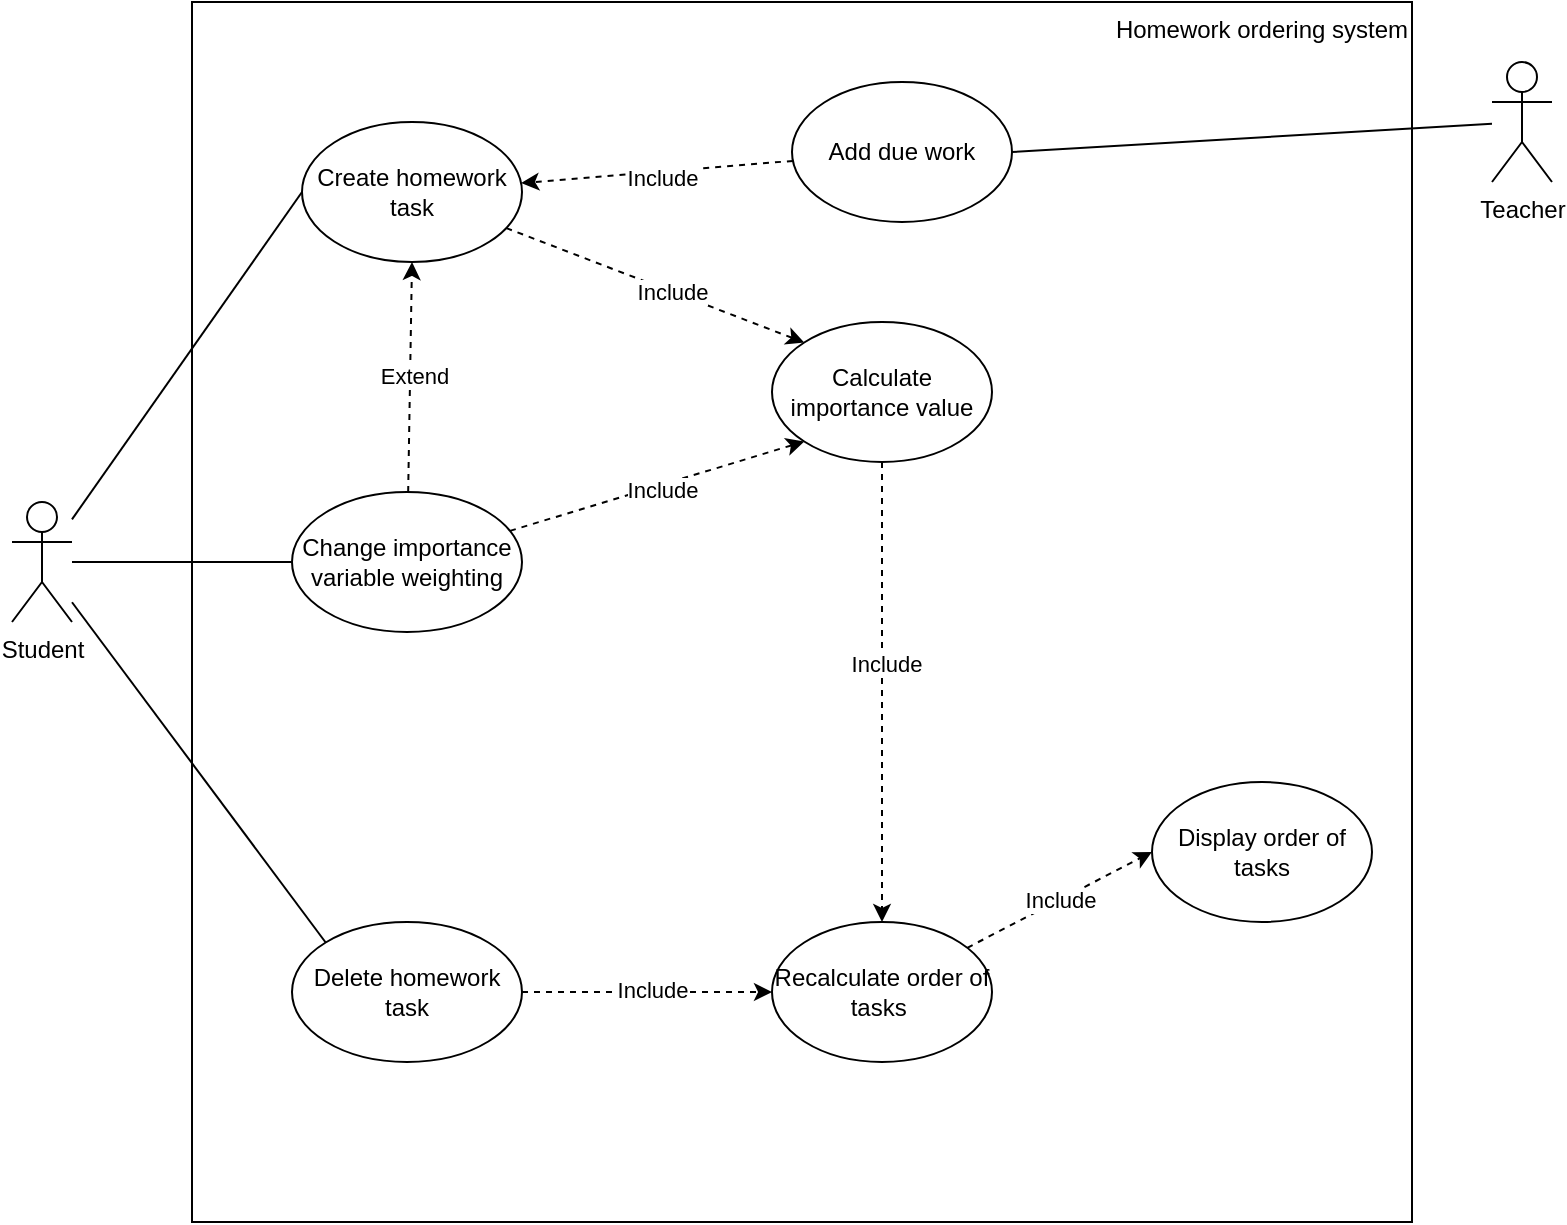
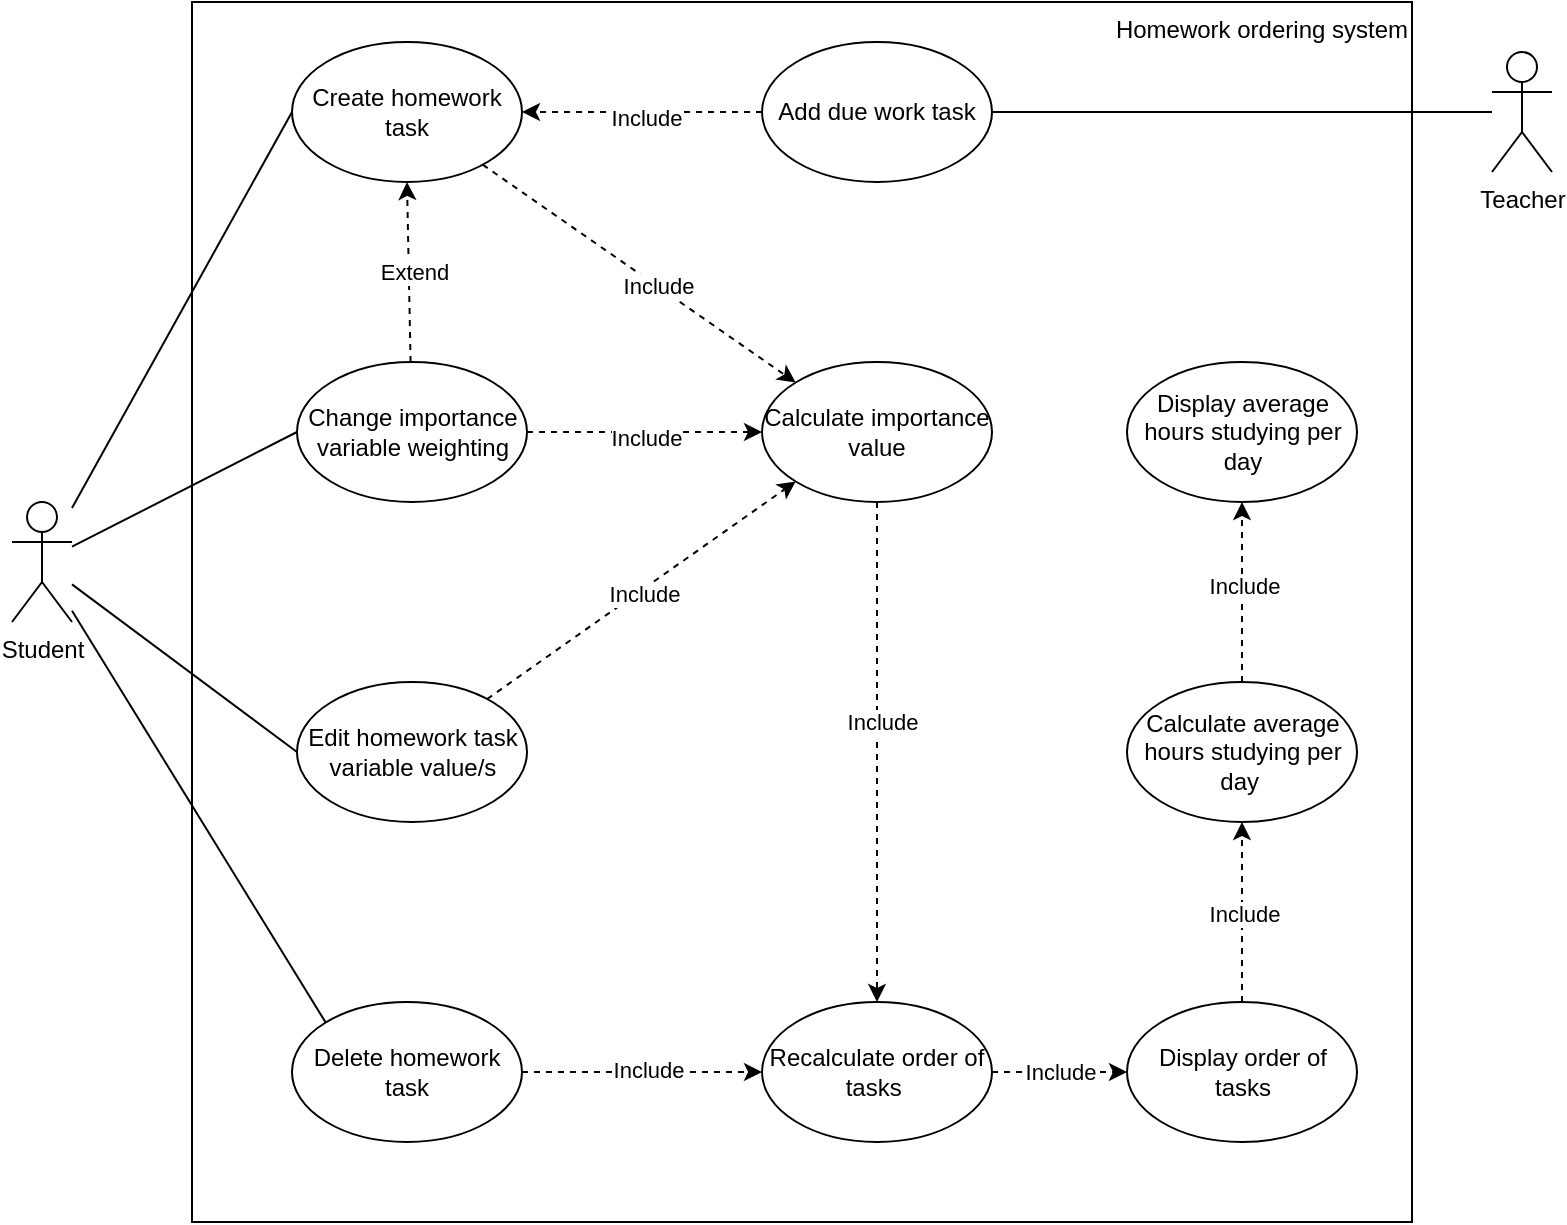
<mxfile host="app.diagrams.net" agent="Mozilla/5.0 (Windows NT 10.0; Win64; x64) AppleWebKit/537.36 (KHTML, like Gecko) Chrome/147.0.0.0 Safari/537.36">
  <diagram name="Page-1" id="ZcyXiCbd3epHD8B5bp2-">
    <mxGraphModel dx="934" dy="657" grid="1" gridSize="10" guides="1" tooltips="1" connect="1" arrows="1" fold="1" page="1" pageScale="1" pageWidth="827" pageHeight="1169" math="0" shadow="0">
      <root>
        <mxCell id="0" />
        <mxCell id="1" parent="0" />
        <mxCell id="G7WcPmlzqGxsM9-RYmIV-1" parent="1" style="aspect=fixed;labelPosition=center;verticalLabelPosition=middle;align=right;verticalAlign=top;html=1;whiteSpace=wrap;movable=1;resizable=1;rotatable=1;deletable=1;editable=1;locked=0;connectable=1;" value="Homework ordering system" vertex="1">
          <mxGeometry height="610" width="610" x="100" y="100" as="geometry" />
        </mxCell>
        <mxCell id="jqSJIoKgP5xY_ZK5AzuU-10" edge="1" parent="1" source="G7WcPmlzqGxsM9-RYmIV-2" style="rounded=0;orthogonalLoop=1;jettySize=auto;html=1;entryX=0;entryY=0.5;entryDx=0;entryDy=0;endArrow=none;endFill=0;" target="jqSJIoKgP5xY_ZK5AzuU-4">
          <mxGeometry relative="1" as="geometry" />
        </mxCell>
        <mxCell id="tDrKYoykQaESbITqznwy-8" edge="1" parent="1" source="G7WcPmlzqGxsM9-RYmIV-2" style="rounded=0;orthogonalLoop=1;jettySize=auto;html=1;entryX=0;entryY=0.5;entryDx=0;entryDy=0;endArrow=none;endFill=0;" target="jqSJIoKgP5xY_ZK5AzuU-18">
          <mxGeometry relative="1" as="geometry" />
        </mxCell>
+         <mxCell id="gFCc6fkzavYNVZ7rkNDt-2" edge="1" parent="1" source="G7WcPmlzqGxsM9-RYmIV-2" style="rounded=0;orthogonalLoop=1;jettySize=auto;html=1;entryX=0;entryY=0.5;entryDx=0;entryDy=0;endArrow=none;endFill=0;" target="gFCc6fkzavYNVZ7rkNDt-1">
+           <mxGeometry relative="1" as="geometry" />
+         </mxCell>
        <mxCell id="G7WcPmlzqGxsM9-RYmIV-2" parent="1" style="shape=umlActor;verticalLabelPosition=bottom;verticalAlign=top;html=1;outlineConnect=0;" value="Student" vertex="1">
          <mxGeometry height="60" width="30" x="10" y="350" as="geometry" />
        </mxCell>
        <mxCell id="jqSJIoKgP5xY_ZK5AzuU-3" edge="1" parent="1" source="G7WcPmlzqGxsM9-RYmIV-7" style="rounded=0;orthogonalLoop=1;jettySize=auto;html=1;entryX=1;entryY=0.5;entryDx=0;entryDy=0;shape=wire;dashed=1;endArrow=none;endFill=0;" target="jqSJIoKgP5xY_ZK5AzuU-2">
          <mxGeometry relative="1" as="geometry" />
        </mxCell>
        <mxCell id="G7WcPmlzqGxsM9-RYmIV-7" parent="1" style="shape=umlActor;verticalLabelPosition=bottom;verticalAlign=top;html=1;outlineConnect=0;" value="Teacher" vertex="1">
-           <mxGeometry height="60" width="30" x="750" y="130" as="geometry" />
+           <mxGeometry height="60" width="30" x="750" y="125" as="geometry" />
        </mxCell>
        <mxCell id="jqSJIoKgP5xY_ZK5AzuU-5" edge="1" parent="1" source="jqSJIoKgP5xY_ZK5AzuU-2" style="rounded=0;orthogonalLoop=1;jettySize=auto;html=1;endArrow=classic;endFill=1;dashed=1;" target="jqSJIoKgP5xY_ZK5AzuU-4">
          <mxGeometry relative="1" as="geometry" />
        </mxCell>
        <mxCell id="jqSJIoKgP5xY_ZK5AzuU-6" connectable="0" parent="jqSJIoKgP5xY_ZK5AzuU-5" style="edgeLabel;html=1;align=center;verticalAlign=middle;resizable=0;points=[];" value="Include" vertex="1">
          <mxGeometry relative="1" x="-0.0218" y="3" as="geometry">
            <mxPoint as="offset" />
          </mxGeometry>
        </mxCell>
-         <mxCell id="jqSJIoKgP5xY_ZK5AzuU-2" parent="1" style="ellipse;whiteSpace=wrap;html=1;" value="Add due work" vertex="1">
-           <mxGeometry height="70" width="110" x="400" y="140" as="geometry" />
+         <mxCell id="jqSJIoKgP5xY_ZK5AzuU-2" parent="1" style="ellipse;whiteSpace=wrap;html=1;" value="Add due work task" vertex="1">
+           <mxGeometry height="70" width="115" x="385" y="120" as="geometry" />
        </mxCell>
        <mxCell id="jqSJIoKgP5xY_ZK5AzuU-13" edge="1" parent="1" source="jqSJIoKgP5xY_ZK5AzuU-4" style="rounded=0;orthogonalLoop=1;jettySize=auto;html=1;dashed=1;endArrow=classic;endFill=1;entryX=0;entryY=0;entryDx=0;entryDy=0;" target="jqSJIoKgP5xY_ZK5AzuU-11">
          <mxGeometry relative="1" as="geometry" />
        </mxCell>
        <mxCell id="jqSJIoKgP5xY_ZK5AzuU-14" connectable="0" parent="jqSJIoKgP5xY_ZK5AzuU-13" style="edgeLabel;html=1;align=center;verticalAlign=middle;resizable=0;points=[];" value="Include" vertex="1">
          <mxGeometry relative="1" x="0.1143" as="geometry">
            <mxPoint as="offset" />
          </mxGeometry>
        </mxCell>
        <mxCell id="jqSJIoKgP5xY_ZK5AzuU-4" parent="1" style="ellipse;whiteSpace=wrap;html=1;" value="Create homework task" vertex="1">
-           <mxGeometry height="70" width="110" x="155" y="160" as="geometry" />
+           <mxGeometry height="70" width="115" x="150" y="120" as="geometry" />
        </mxCell>
        <mxCell id="jqSJIoKgP5xY_ZK5AzuU-16" edge="1" parent="1" source="jqSJIoKgP5xY_ZK5AzuU-11" style="rounded=0;orthogonalLoop=1;jettySize=auto;html=1;dashed=1;" target="jqSJIoKgP5xY_ZK5AzuU-15" value="">
          <mxGeometry relative="1" as="geometry" />
        </mxCell>
        <mxCell id="jqSJIoKgP5xY_ZK5AzuU-17" connectable="0" parent="jqSJIoKgP5xY_ZK5AzuU-16" style="edgeLabel;html=1;align=center;verticalAlign=middle;resizable=0;points=[];" value="Include" vertex="1">
          <mxGeometry relative="1" x="-0.125" y="2" as="geometry">
            <mxPoint as="offset" />
          </mxGeometry>
        </mxCell>
        <mxCell id="jqSJIoKgP5xY_ZK5AzuU-11" parent="1" style="ellipse;whiteSpace=wrap;html=1;" value="Calculate importance value" vertex="1">
-           <mxGeometry height="70" width="110" x="390" y="260" as="geometry" />
+           <mxGeometry height="70" width="115" x="385" y="280" as="geometry" />
        </mxCell>
        <mxCell id="tDrKYoykQaESbITqznwy-10" edge="1" parent="1" source="jqSJIoKgP5xY_ZK5AzuU-15" style="rounded=0;orthogonalLoop=1;jettySize=auto;html=1;entryX=0;entryY=0.5;entryDx=0;entryDy=0;startArrow=none;startFill=0;endArrow=classic;endFill=1;dashed=1;" target="tDrKYoykQaESbITqznwy-9" value="Include">
          <mxGeometry relative="1" as="geometry" />
        </mxCell>
        <mxCell id="jqSJIoKgP5xY_ZK5AzuU-15" parent="1" style="ellipse;whiteSpace=wrap;html=1;" value="Recalculate order of tasks&amp;nbsp;" vertex="1">
-           <mxGeometry height="70" width="110" x="390" y="560" as="geometry" />
+           <mxGeometry height="70" width="115" x="385" y="600" as="geometry" />
        </mxCell>
-         <mxCell id="jqSJIoKgP5xY_ZK5AzuU-20" edge="1" parent="1" source="jqSJIoKgP5xY_ZK5AzuU-18" style="rounded=0;orthogonalLoop=1;jettySize=auto;html=1;entryX=0;entryY=1;entryDx=0;entryDy=0;dashed=1;" target="jqSJIoKgP5xY_ZK5AzuU-11">
+         <mxCell id="jqSJIoKgP5xY_ZK5AzuU-20" edge="1" parent="1" source="jqSJIoKgP5xY_ZK5AzuU-18" style="rounded=0;orthogonalLoop=1;jettySize=auto;html=1;entryX=0;entryY=0.5;entryDx=0;entryDy=0;dashed=1;" target="jqSJIoKgP5xY_ZK5AzuU-11">
          <mxGeometry relative="1" as="geometry" />
        </mxCell>
        <mxCell id="jqSJIoKgP5xY_ZK5AzuU-21" connectable="0" parent="jqSJIoKgP5xY_ZK5AzuU-20" style="edgeLabel;html=1;align=center;verticalAlign=middle;resizable=0;points=[];" value="Include" vertex="1">
          <mxGeometry relative="1" x="0.0328" y="-3" as="geometry">
            <mxPoint x="-1" as="offset" />
          </mxGeometry>
        </mxCell>
        <mxCell id="tDrKYoykQaESbITqznwy-6" edge="1" parent="1" source="jqSJIoKgP5xY_ZK5AzuU-18" style="rounded=0;orthogonalLoop=1;jettySize=auto;html=1;entryX=0.5;entryY=1;entryDx=0;entryDy=0;dashed=1;" target="jqSJIoKgP5xY_ZK5AzuU-4">
          <mxGeometry relative="1" as="geometry" />
        </mxCell>
        <mxCell id="tDrKYoykQaESbITqznwy-7" connectable="0" parent="tDrKYoykQaESbITqznwy-6" style="edgeLabel;html=1;align=center;verticalAlign=middle;resizable=0;points=[];" value="Extend" vertex="1">
          <mxGeometry relative="1" x="0.008" y="-2" as="geometry">
            <mxPoint as="offset" />
          </mxGeometry>
        </mxCell>
        <mxCell id="jqSJIoKgP5xY_ZK5AzuU-18" parent="1" style="ellipse;whiteSpace=wrap;html=1;" value="Change importance variable weighting" vertex="1">
-           <mxGeometry height="70" width="115" x="150" y="345" as="geometry" />
+           <mxGeometry height="70" width="115" x="152.5" y="280" as="geometry" />
        </mxCell>
        <mxCell id="tDrKYoykQaESbITqznwy-2" parent="1" style="ellipse;whiteSpace=wrap;html=1;" value="Delete homework task" vertex="1">
-           <mxGeometry height="70" width="115" x="150" y="560" as="geometry" />
+           <mxGeometry height="70" width="115" x="150" y="600" as="geometry" />
        </mxCell>
        <mxCell id="tDrKYoykQaESbITqznwy-3" edge="1" parent="1" source="G7WcPmlzqGxsM9-RYmIV-2" style="rounded=0;orthogonalLoop=1;jettySize=auto;html=1;endArrow=none;endFill=0;entryX=0;entryY=0;entryDx=0;entryDy=0;" target="tDrKYoykQaESbITqznwy-2">
          <mxGeometry relative="1" as="geometry">
            <mxPoint x="174" y="430" as="targetPoint" />
          </mxGeometry>
        </mxCell>
        <mxCell id="tDrKYoykQaESbITqznwy-4" edge="1" parent="1" source="tDrKYoykQaESbITqznwy-2" style="rounded=0;orthogonalLoop=1;jettySize=auto;html=1;entryX=0;entryY=0.5;entryDx=0;entryDy=0;endArrow=classic;endFill=1;dashed=1;" target="jqSJIoKgP5xY_ZK5AzuU-15">
          <mxGeometry relative="1" as="geometry" />
        </mxCell>
        <mxCell id="tDrKYoykQaESbITqznwy-5" connectable="0" parent="tDrKYoykQaESbITqznwy-4" style="edgeLabel;html=1;align=center;verticalAlign=middle;resizable=0;points=[];" value="Include" vertex="1">
          <mxGeometry relative="1" x="0.0436" y="1" as="geometry">
            <mxPoint as="offset" />
          </mxGeometry>
        </mxCell>
+         <mxCell id="gFCc6fkzavYNVZ7rkNDt-6" edge="1" parent="1" source="tDrKYoykQaESbITqznwy-9" style="rounded=0;orthogonalLoop=1;jettySize=auto;html=1;entryX=0.5;entryY=1;entryDx=0;entryDy=0;endArrow=classic;endFill=1;dashed=1;" target="gFCc6fkzavYNVZ7rkNDt-5">
+           <mxGeometry relative="1" as="geometry" />
+         </mxCell>
+         <mxCell id="gFCc6fkzavYNVZ7rkNDt-7" connectable="0" parent="gFCc6fkzavYNVZ7rkNDt-6" style="edgeLabel;html=1;align=center;verticalAlign=middle;resizable=0;points=[];" value="Include" vertex="1">
+           <mxGeometry relative="1" x="-0.0222" y="-1" as="geometry">
+             <mxPoint as="offset" />
+           </mxGeometry>
+         </mxCell>
        <mxCell id="tDrKYoykQaESbITqznwy-9" parent="1" style="ellipse;whiteSpace=wrap;html=1;" value="Display order of tasks" vertex="1">
-           <mxGeometry height="70" width="110" x="580" y="490" as="geometry" />
+           <mxGeometry height="70" width="115" x="567.5" y="600" as="geometry" />
+         </mxCell>
+         <mxCell id="gFCc6fkzavYNVZ7rkNDt-3" edge="1" parent="1" source="gFCc6fkzavYNVZ7rkNDt-1" style="rounded=0;orthogonalLoop=1;jettySize=auto;html=1;entryX=0;entryY=1;entryDx=0;entryDy=0;dashed=1;endArrow=classic;endFill=1;" target="jqSJIoKgP5xY_ZK5AzuU-11">
+           <mxGeometry relative="1" as="geometry" />
+         </mxCell>
+         <mxCell id="gFCc6fkzavYNVZ7rkNDt-4" connectable="0" parent="gFCc6fkzavYNVZ7rkNDt-3" style="edgeLabel;html=1;align=center;verticalAlign=middle;resizable=0;points=[];" value="Include" vertex="1">
+           <mxGeometry relative="1" x="0.0017" y="-2" as="geometry">
+             <mxPoint as="offset" />
+           </mxGeometry>
+         </mxCell>
+         <mxCell id="gFCc6fkzavYNVZ7rkNDt-1" parent="1" style="ellipse;whiteSpace=wrap;html=1;" value="Edit homework task variable value/s" vertex="1">
+           <mxGeometry height="70" width="115" x="152.5" y="440" as="geometry" />
+         </mxCell>
+         <mxCell id="gFCc6fkzavYNVZ7rkNDt-9" edge="1" parent="1" source="gFCc6fkzavYNVZ7rkNDt-5" style="edgeStyle=orthogonalEdgeStyle;rounded=0;orthogonalLoop=1;jettySize=auto;html=1;endArrow=classic;endFill=1;dashed=1;" target="gFCc6fkzavYNVZ7rkNDt-8">
+           <mxGeometry relative="1" as="geometry" />
+         </mxCell>
+         <mxCell id="gFCc6fkzavYNVZ7rkNDt-10" connectable="0" parent="gFCc6fkzavYNVZ7rkNDt-9" style="edgeLabel;html=1;align=center;verticalAlign=middle;resizable=0;points=[];" value="Include" vertex="1">
+           <mxGeometry relative="1" x="0.0667" y="-1" as="geometry">
+             <mxPoint as="offset" />
+           </mxGeometry>
+         </mxCell>
+         <mxCell id="gFCc6fkzavYNVZ7rkNDt-5" parent="1" style="ellipse;whiteSpace=wrap;html=1;resizeWidth=0;" value="Calculate average hours studying per day&amp;nbsp;" vertex="1">
+           <mxGeometry height="70" width="115" x="567.5" y="440" as="geometry" />
+         </mxCell>
+         <mxCell id="gFCc6fkzavYNVZ7rkNDt-8" parent="1" style="ellipse;whiteSpace=wrap;html=1;" value="Display average hours studying per day" vertex="1">
+           <mxGeometry height="70" width="115" x="567.5" y="280" as="geometry" />
        </mxCell>
      </root>
    </mxGraphModel>
  </diagram>
</mxfile>
